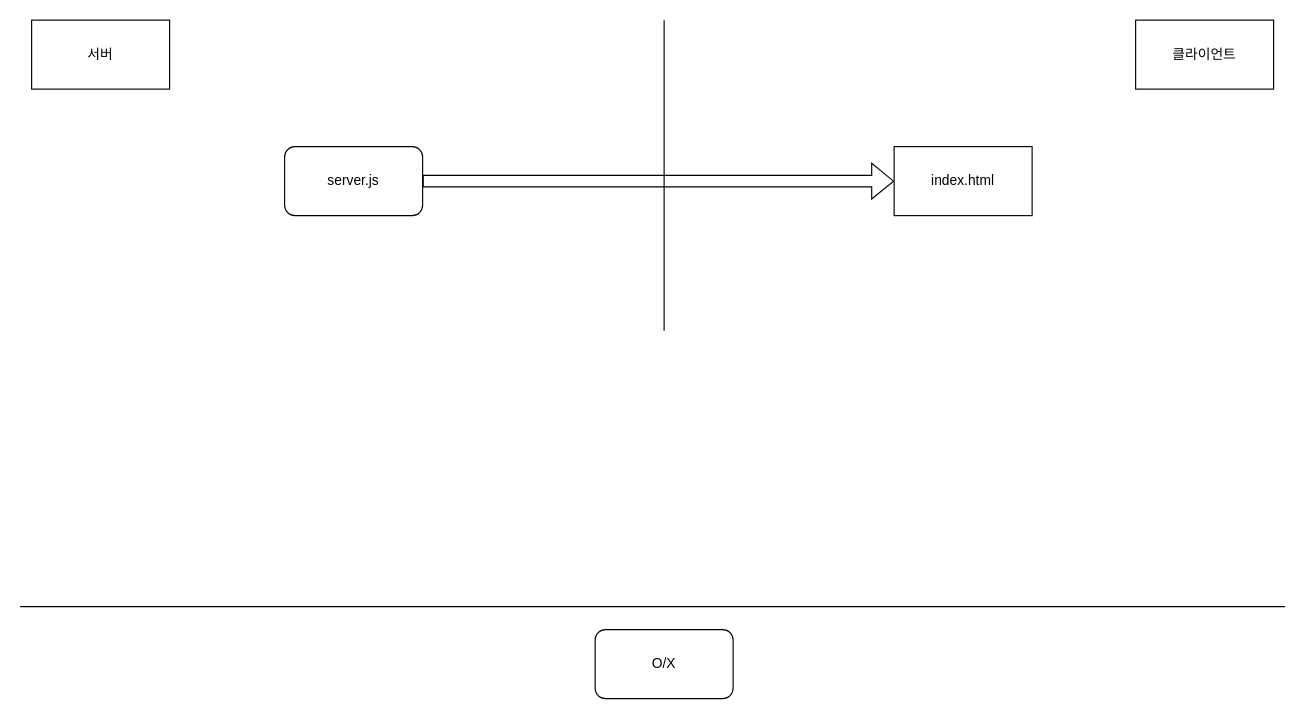
riulwoo/WorkMate keeps this draw.io diagram as Untitled Diagram.drawio. Above is the earlier version. Source tidied: cells renumbered, new cells numbered last; positions are measured from the earlier drawing's top-left corner, leaving out a move shared by most shapes. Both pictures are drawn from the tidied source at 115%, with x=0, y=0 at pixel (20, 20).
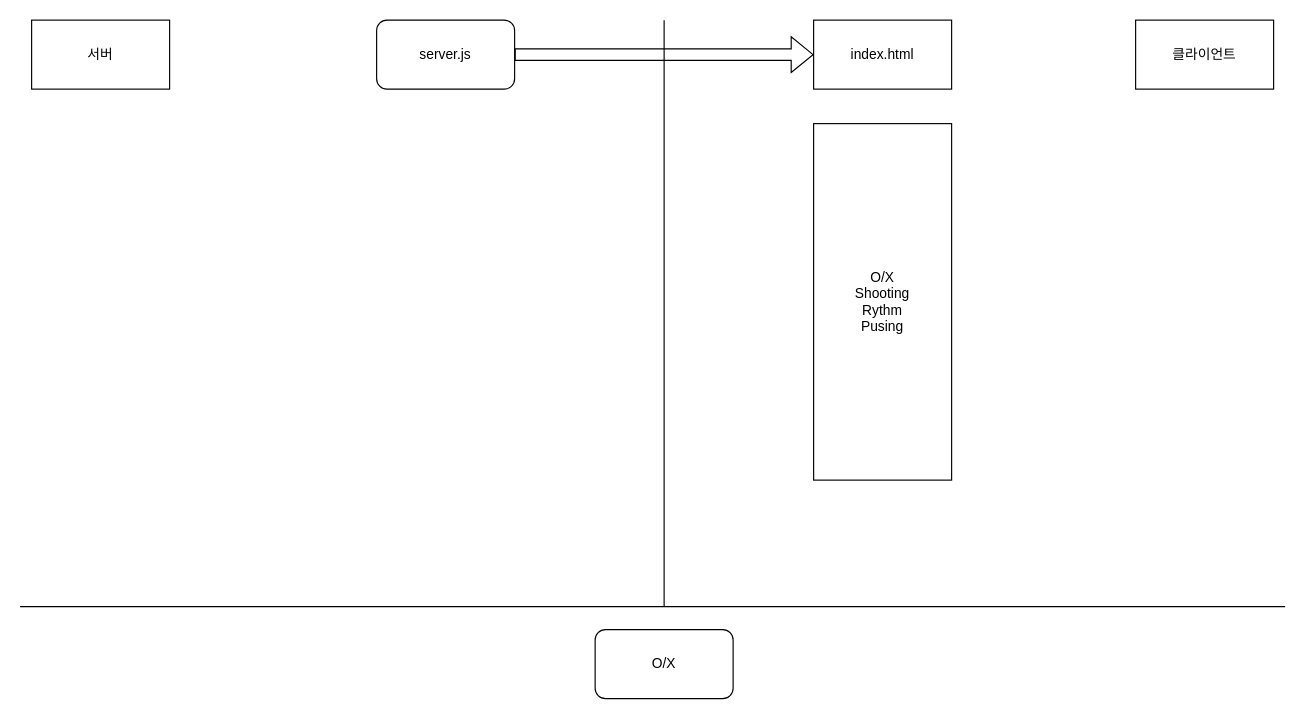
The same diagram, later.

The edit, as a diff of the source:
```diff
@@
 <mxGraphModel>
   <root>
     <mxCell id="0" />
     <mxCell id="1" parent="0" />
     <mxCell id="2" style="endArrow=none;html=1;rounded=0;startArrow=none;" parent="1" edge="1">
       <mxGeometry relative="1" as="geometry">
-        <mxPoint x="560" y="270" as="sourcePoint" />
+        <mxPoint x="560" y="510" as="sourcePoint" />
         <mxPoint x="560" as="targetPoint" />
       </mxGeometry>
     </mxCell>
     <mxCell id="3" value="서버" style="rounded=0;whiteSpace=wrap;html=1;" parent="1" vertex="1">
       <mxGeometry x="10" width="120" height="60" as="geometry" />
     </mxCell>
     <mxCell id="4" value="클라이언트" style="rounded=0;whiteSpace=wrap;html=1;" parent="1" vertex="1">
       <mxGeometry x="970" width="120" height="60" as="geometry" />
     </mxCell>
     <mxCell id="5" style="endArrow=none;html=1;rounded=0;" parent="1" edge="1">
       <mxGeometry relative="1" as="geometry">
         <mxPoint x="1100" y="510" as="sourcePoint" />
         <mxPoint y="510" as="targetPoint" />
       </mxGeometry>
     </mxCell>
     <mxCell id="6" value="O/X" style="rounded=1;whiteSpace=wrap;html=1;" parent="1" vertex="1">
       <mxGeometry x="500" y="530" width="120" height="60" as="geometry" />
     </mxCell>
     <mxCell id="7" value="index.html" style="rounded=0;whiteSpace=wrap;html=1;" parent="1" vertex="1">
-      <mxGeometry x="760" y="110" width="120" height="60" as="geometry" />
+      <mxGeometry x="690" width="120" height="60" as="geometry" />
     </mxCell>
     <mxCell id="8" value="server.js" style="rounded=1;whiteSpace=wrap;html=1;" parent="1" vertex="1">
-      <mxGeometry x="230" y="110" width="120" height="60" as="geometry" />
+      <mxGeometry x="310" width="120" height="60" as="geometry" />
     </mxCell>
     <mxCell id="9" style="shape=flexArrow;endArrow=classic;html=1;rounded=0;exitX=1;exitY=0.5;exitDx=0;exitDy=0;" parent="1" edge="1" source="8" target="7">
       <mxGeometry relative="1" as="geometry" />
     </mxCell>
+    <mxCell id="10" value="O/X&lt;br&gt;Shooting&lt;br&gt;Rythm&lt;br&gt;Pusing" style="rounded=0;whiteSpace=wrap;html=1;" parent="1" vertex="1">
+      <mxGeometry x="690" y="90" width="120" height="310" as="geometry" />
+    </mxCell>
   </root>
 </mxGraphModel>
```
